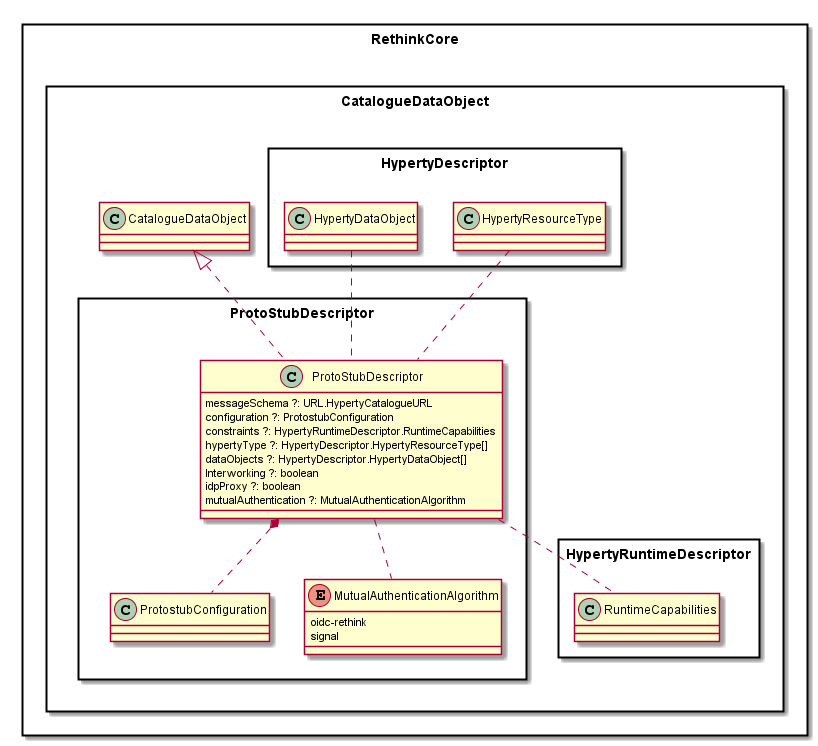
reTHINK-project/specs keeps this PlantUML diagram as datamodel/core/hyperty-catalogue/Protostub-Descriptor-Data-Object-Model.png. Above is the earlier version.
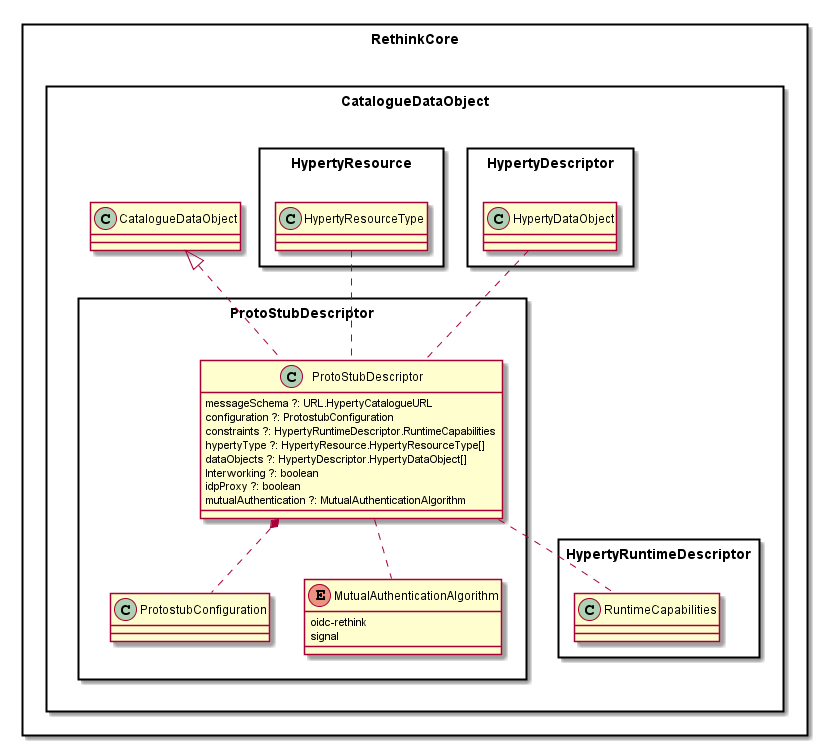
Later version of the same file.

Commit message:
minor fixes in the data model

The edit, as a diff of the source:
```diff
@@ -10,13 +10,16 @@
 		package HypertyDescriptor <<Rect>> {
 		}
 
+		package HypertyResource <<Rect>> {
+		}
+
 		package ProtoStubDescriptor <<Rect>> {
 
 			class ProtoStubDescriptor {
 				messageSchema ?: URL.HypertyCatalogueURL
 				configuration ?: ProtostubConfiguration
 				constraints ?: HypertyRuntimeDescriptor.RuntimeCapabilities
-				hypertyType ?: HypertyDescriptor.HypertyResourceType[]
+				hypertyType ?: HypertyResource.HypertyResourceType[]
 				dataObjects ?: HypertyDescriptor.HypertyDataObject[]
 				Interworking ?: boolean
 				idpProxy ?: boolean
@@ -34,7 +37,7 @@
 			}
 
 			ProtoStubDescriptor .up. HypertyDescriptor.HypertyDataObject
-			ProtoStubDescriptor .up. HypertyDescriptor.HypertyResourceType
+			ProtoStubDescriptor .up. HypertyResource.HypertyResourceType
 
 			ProtoStubDescriptor .. HypertyRuntimeDescriptor.RuntimeCapabilities
 			ProtoStubDescriptor .up.|> CatalogueDataObject.CatalogueDataObject
```
